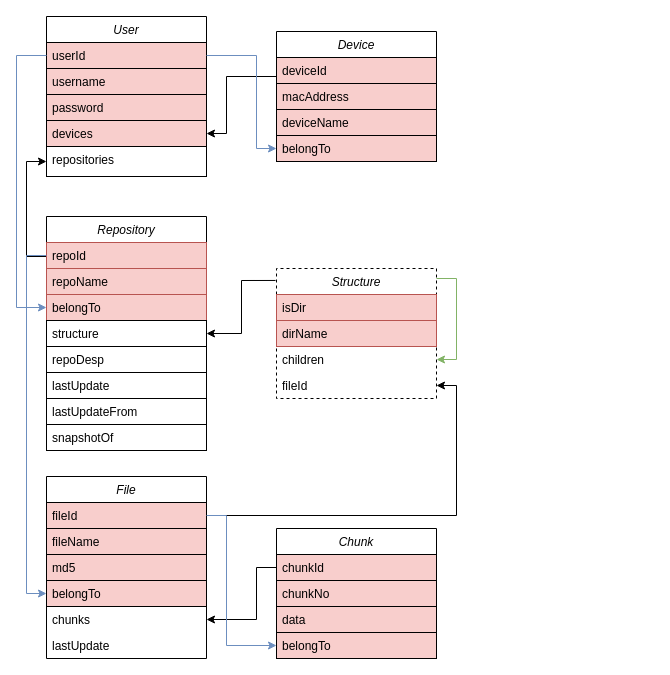
This is DB_UML.drawio from hj5230/AeroBranch_server, a draw.io file, before an edit. Source tidied: cells renumbered, new cells numbered last; positions are measured from the earlier drawing's top-left corner, leaving out a move shared by most shapes. Both pictures are drawn from the tidied source at 100%, with x=0, y=0 at pixel (16, 16).
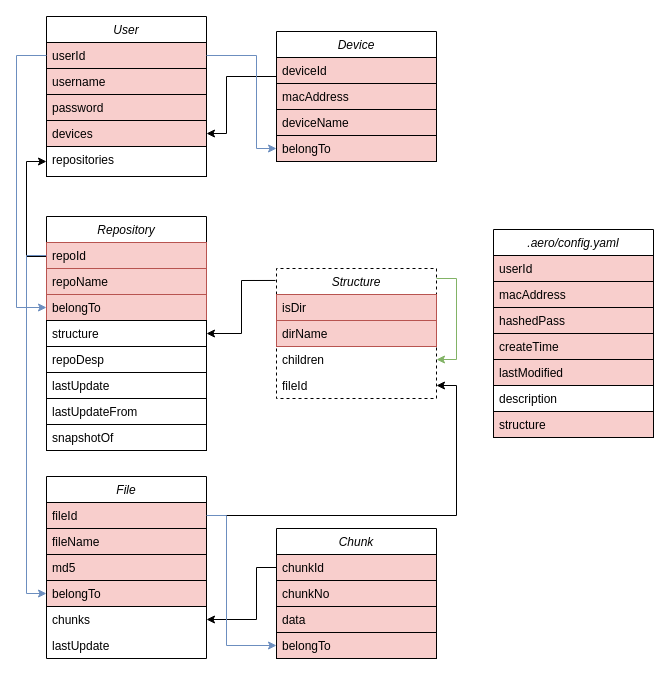
The same page after the edit.

Commit message:
update UML diagram

The edit, as a diff of the source:
```diff
@@
+    <mxCell id="49" value=".aero/config.yaml" style="swimlane;fontStyle=2;align=center;verticalAlign=top;horizontal=1;startSize=26;rounded=0;shadow=0;strokeWidth=1;" parent="1" vertex="1">
+      <mxGeometry x="477" y="213" width="160" height="208" as="geometry" />
+    </mxCell>
+    <mxCell id="50" value="userId" style="text;align=left;verticalAlign=top;spacingLeft=4;spacingRight=4;overflow=hidden;fillColor=#f8cecc;strokeColor=#000000;" parent="49" vertex="1">
+      <mxGeometry y="26" width="160" height="26" as="geometry" />
+    </mxCell>
+    <mxCell id="51" value="macAddress" style="text;align=left;verticalAlign=top;spacingLeft=4;spacingRight=4;overflow=hidden;rounded=0;shadow=0;html=0;fillColor=#f8cecc;strokeColor=#000000;" parent="49" vertex="1">
+      <mxGeometry y="52" width="160" height="26" as="geometry" />
+    </mxCell>
+    <mxCell id="52" value="hashedPass" style="text;align=left;verticalAlign=top;spacingLeft=4;spacingRight=4;overflow=hidden;rounded=0;shadow=0;html=0;fillColor=#f8cecc;strokeColor=#000000;" parent="49" vertex="1">
+      <mxGeometry y="78" width="160" height="26" as="geometry" />
+    </mxCell>
+    <mxCell id="53" value="createTime" style="text;align=left;verticalAlign=top;spacingLeft=4;spacingRight=4;overflow=hidden;fillColor=#f8cecc;strokeColor=#000000;" parent="49" vertex="1">
+      <mxGeometry y="104" width="160" height="26" as="geometry" />
+    </mxCell>
+    <mxCell id="54" value="lastModified" style="text;align=left;verticalAlign=top;spacingLeft=4;spacingRight=4;overflow=hidden;fillColor=#f8cecc;strokeColor=#000000;" parent="49" vertex="1">
+      <mxGeometry y="130" width="160" height="26" as="geometry" />
+    </mxCell>
+    <mxCell id="55" value="description" style="text;align=left;verticalAlign=top;spacingLeft=4;spacingRight=4;overflow=hidden;strokeColor=#000000;" parent="49" vertex="1">
+      <mxGeometry y="156" width="160" height="26" as="geometry" />
+    </mxCell>
+    <mxCell id="56" value="structure" style="text;align=left;verticalAlign=top;spacingLeft=4;spacingRight=4;overflow=hidden;fillColor=#f8cecc;strokeColor=#000000;" parent="49" vertex="1">
+      <mxGeometry y="182" width="160" height="26" as="geometry" />
+    </mxCell>
```
